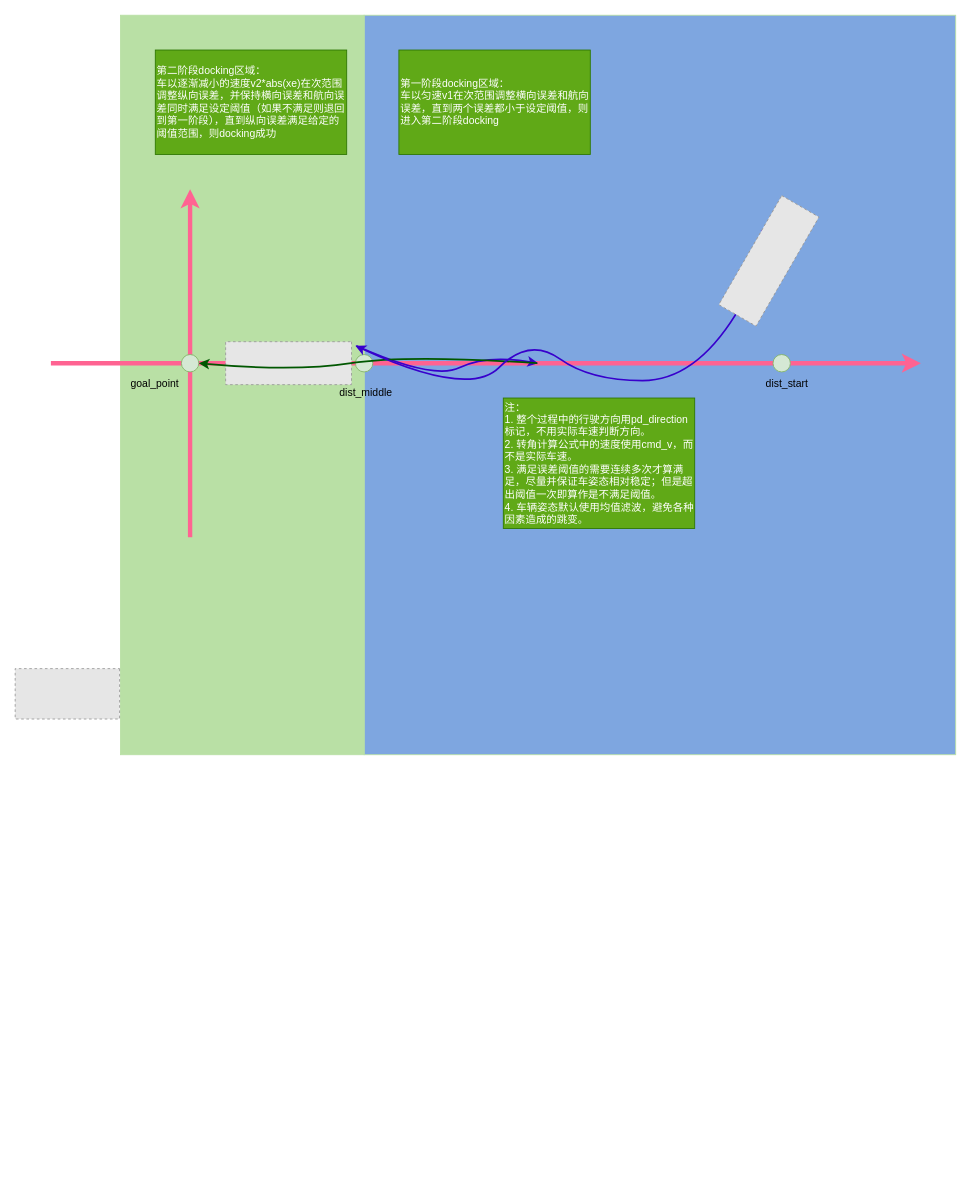
Thousandsuny/Learning keeps this draw.io diagram as page "demonstration" (3 of 4) of precise_docking.drawio. Above is the earlier version. Source tidied: cells renumbered, new cells numbered last; positions are measured from the earlier drawing's top-left corner, leaving out a move shared by most shapes. Both pictures are drawn from the tidied source at 87%, with x=0, y=0 at pixel (42, 15). Pictures stored in the file or linked from it are replaced by grey dashed boxes.
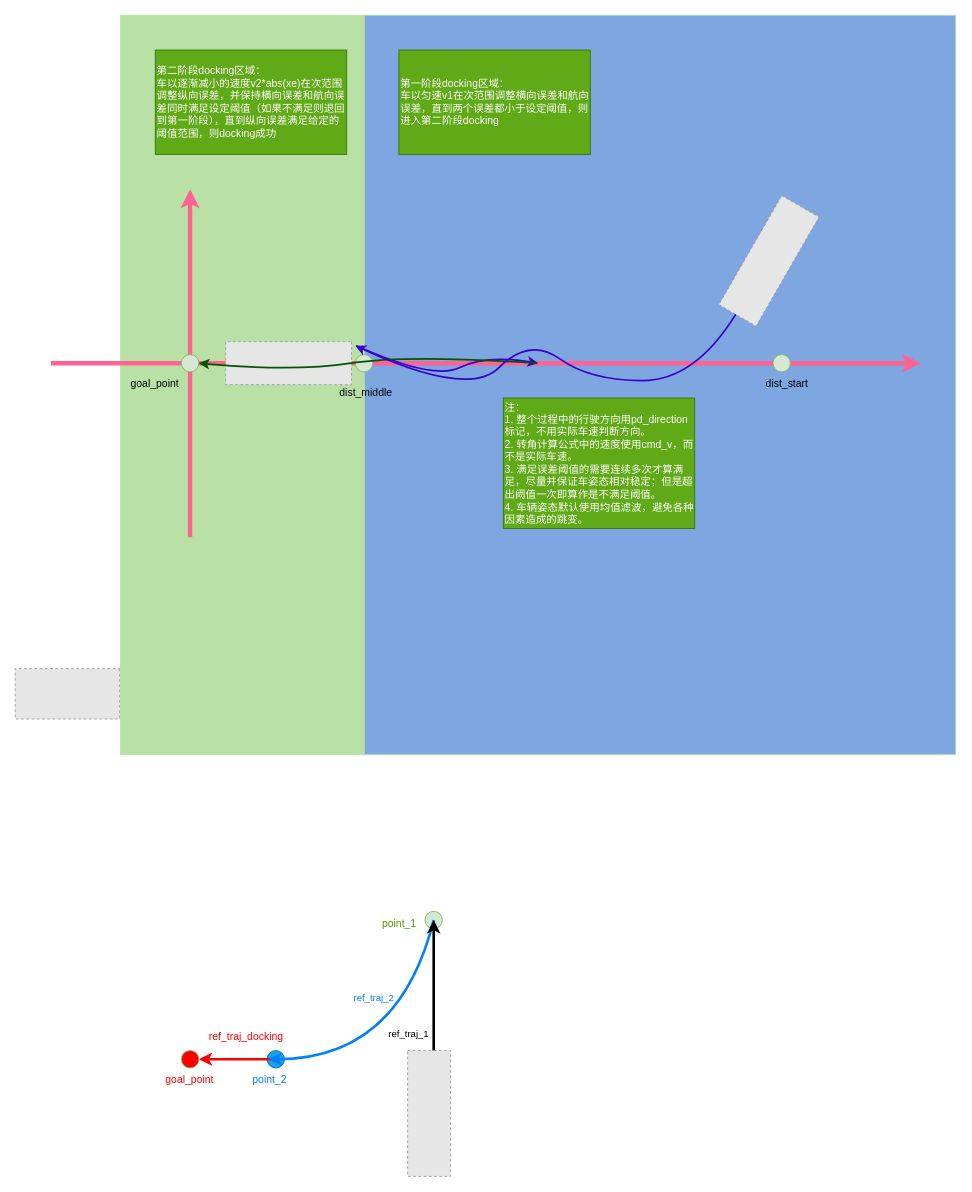
The same diagram, later.

Change to the diagram source:
```diff
@@
+    <mxCell id="23" style="ellipse;whiteSpace=wrap;html=1;strokeColor=#82b366;fillColor=#d5e8d4;" parent="1" vertex="1">
+      <mxGeometry x="440" y="1030" width="20" height="20" as="geometry" />
+    </mxCell>
+    <mxCell id="24" style="ellipse;whiteSpace=wrap;html=1;strokeColor=#006EAF;fillColor=#1ba1e2;fontColor=#ffffff;" parent="1" vertex="1">
+      <mxGeometry x="258.5" y="1190" width="20" height="20" as="geometry" />
+    </mxCell>
+    <mxCell id="25" style="endArrow=classic;html=1;rounded=0;strokeWidth=3;entryX=1;entryY=0.5;entryDx=0;entryDy=0;strokeColor=#FF0000;" parent="1" edge="1" target="26">
+      <mxGeometry relative="1" as="geometry">
+        <mxPoint x="270" y="1200" as="sourcePoint" />
+      </mxGeometry>
+    </mxCell>
@@
+    <mxCell id="26" style="ellipse;whiteSpace=wrap;html=1;strokeColor=#82b366;fillColor=#FF0000;" parent="1" vertex="1">
+      <mxGeometry x="160" y="1190" width="20" height="20" as="geometry" />
+    </mxCell>
+    <mxCell id="27" style="curved=1;endArrow=classic;html=1;rounded=0;strokeWidth=3;fontColor=#007FFF;strokeColor=#007FFF;" parent="1" edge="1">
+      <mxGeometry relative="1" as="geometry">
+        <mxPoint x="450" y="1040" as="sourcePoint" />
+        <mxPoint x="260" y="1200" as="targetPoint" />
+        <Array as="points">
+          <mxPoint x="410" y="1200" />
+        </Array>
+      </mxGeometry>
+    </mxCell>
+    <mxCell id="28" value="ref_traj_2" style="edgeLabel;html=1;align=center;verticalAlign=middle;fontColor=#007FFF;" parent="27" vertex="1">
+      <mxGeometry x="-0.56" y="-9" relative="1" as="geometry">
+        <mxPoint x="-44" y="25" as="offset" />
+      </mxGeometry>
+    </mxCell>
+    <mxCell id="29" style="endArrow=classic;html=1;rounded=0;strokeWidth=3;startArrow=none;" parent="1" edge="1">
+      <mxGeometry relative="1" as="geometry">
+        <mxPoint x="450" y="1250" as="sourcePoint" />
+        <mxPoint x="450" y="1040" as="targetPoint" />
+      </mxGeometry>
+    </mxCell>
+    <mxCell id="30" value="&lt;font color=&quot;#000000&quot;&gt;ref_traj_1&lt;/font&gt;" style="edgeLabel;html=1;align=center;verticalAlign=middle;fontColor=#FF0000;" parent="29" vertex="1">
+      <mxGeometry x="0.2" y="-1" relative="1" as="geometry">
+        <mxPoint x="-31" y="46" as="offset" />
+      </mxGeometry>
+    </mxCell>
+    <mxCell id="31" style="fillColor=#E6E6E6;strokeColor=#999999;dashed=1;verticalLabelPosition=bottom;verticalAlign=top;fontColor=#5AA9E6;rotation=0;" parent="1" vertex="1">
+      <mxGeometry x="420" y="1190" width="49.4" height="144.7" as="geometry" />
+    </mxCell>
+    <mxCell id="32" value="&lt;span style=&quot;font-family: Helvetica; font-size: 12px; font-style: normal; font-variant-ligatures: normal; font-variant-caps: normal; font-weight: 400; letter-spacing: normal; orphans: 2; text-align: center; text-indent: 0px; text-transform: none; widows: 2; word-spacing: 0px; -webkit-text-stroke-width: 0px; text-decoration-thickness: initial; text-decoration-style: initial; text-decoration-color: initial; float: none; display: inline !important;&quot;&gt;&lt;font color=&quot;#ff0000&quot;&gt;goal_point&lt;/font&gt;&lt;/span&gt;" style="text;whiteSpace=wrap;html=1;fontColor=#5AA9E6;labelBackgroundColor=none;" parent="1" vertex="1">
+      <mxGeometry x="140" y="1210" width="80" height="40" as="geometry" />
+    </mxCell>
+    <mxCell id="33" value="&lt;span style=&quot;font-family: Helvetica; font-size: 12px; font-style: normal; font-variant-ligatures: normal; font-variant-caps: normal; font-weight: 400; letter-spacing: normal; orphans: 2; text-align: center; text-indent: 0px; text-transform: none; widows: 2; word-spacing: 0px; -webkit-text-stroke-width: 0px; text-decoration-thickness: initial; text-decoration-style: initial; text-decoration-color: initial; float: none; display: inline !important;&quot;&gt;&lt;font color=&quot;#4d9900&quot;&gt;point_1&lt;/font&gt;&lt;/span&gt;" style="text;whiteSpace=wrap;html=1;fontColor=#5AA9E6;labelBackgroundColor=none;" parent="1" vertex="1">
+      <mxGeometry x="389.4" y="1030" width="80" height="40" as="geometry" />
+    </mxCell>
+    <mxCell id="34" value="&lt;span style=&quot;font-family: Helvetica; font-size: 12px; font-style: normal; font-variant-ligatures: normal; font-variant-caps: normal; font-weight: 400; letter-spacing: normal; orphans: 2; text-align: center; text-indent: 0px; text-transform: none; widows: 2; word-spacing: 0px; -webkit-text-stroke-width: 0px; text-decoration-thickness: initial; text-decoration-style: initial; text-decoration-color: initial; float: none; display: inline !important;&quot;&gt;&lt;font color=&quot;#ff0000&quot;&gt;ref_traj_docking&lt;/font&gt;&lt;/span&gt;" style="text;whiteSpace=wrap;html=1;fontColor=#5AA9E6;labelBackgroundColor=none;" parent="1" vertex="1">
+      <mxGeometry x="190" y="1160" width="80" height="40" as="geometry" />
+    </mxCell>
+    <mxCell id="35" value="&lt;span style=&quot;font-family: Helvetica; font-size: 12px; font-style: normal; font-variant-ligatures: normal; font-variant-caps: normal; font-weight: 400; letter-spacing: normal; orphans: 2; text-align: center; text-indent: 0px; text-transform: none; widows: 2; word-spacing: 0px; -webkit-text-stroke-width: 0px; text-decoration-thickness: initial; text-decoration-style: initial; text-decoration-color: initial; float: none; display: inline !important;&quot;&gt;&lt;font color=&quot;#007fff&quot;&gt;point_2&lt;/font&gt;&lt;/span&gt;" style="text;whiteSpace=wrap;html=1;fontColor=#5AA9E6;labelBackgroundColor=none;" parent="1" vertex="1">
+      <mxGeometry x="240" y="1210" width="80" height="40" as="geometry" />
+    </mxCell>
```
